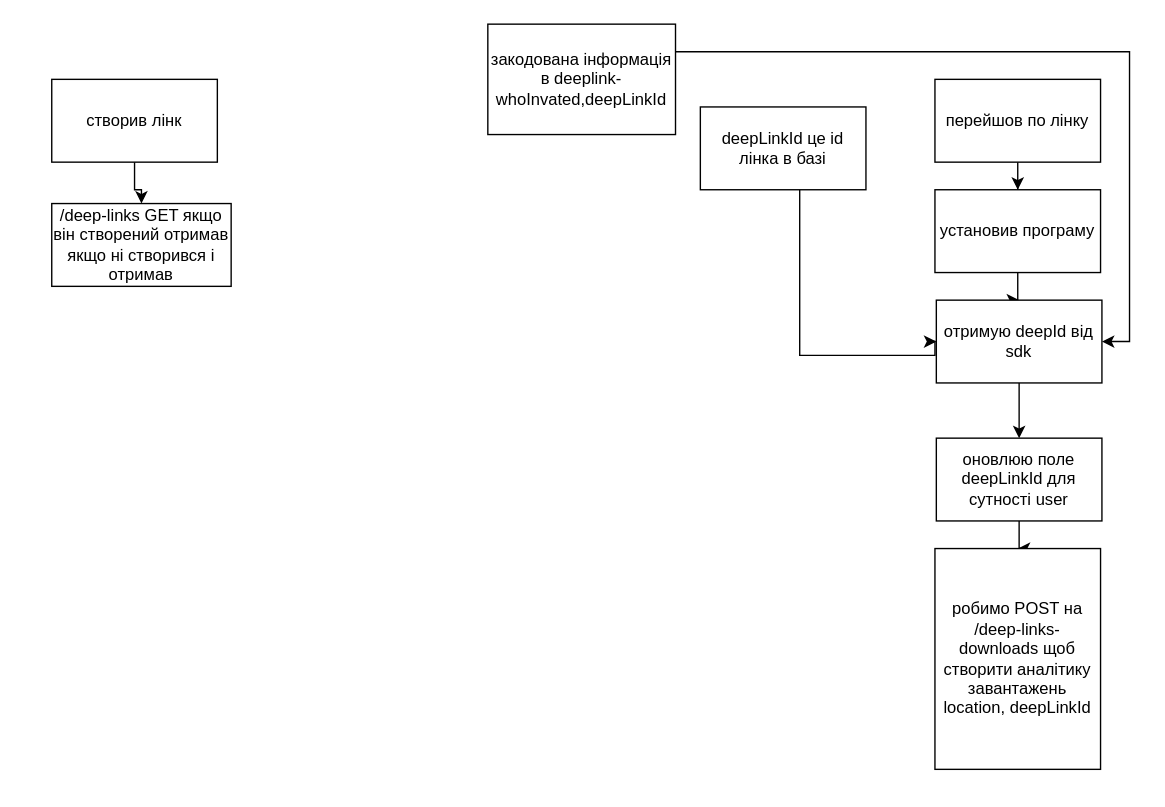
Above: Діаграма без назви.drawio in macs1756/beprog-schema (draw.io), before the change. Source tidied: cells renumbered, new cells numbered last; positions are measured from the earlier drawing's top-left corner, leaving out a move shared by most shapes. Both pictures are drawn from the tidied source at 138%, with x=0, y=0 at pixel (51, 23).
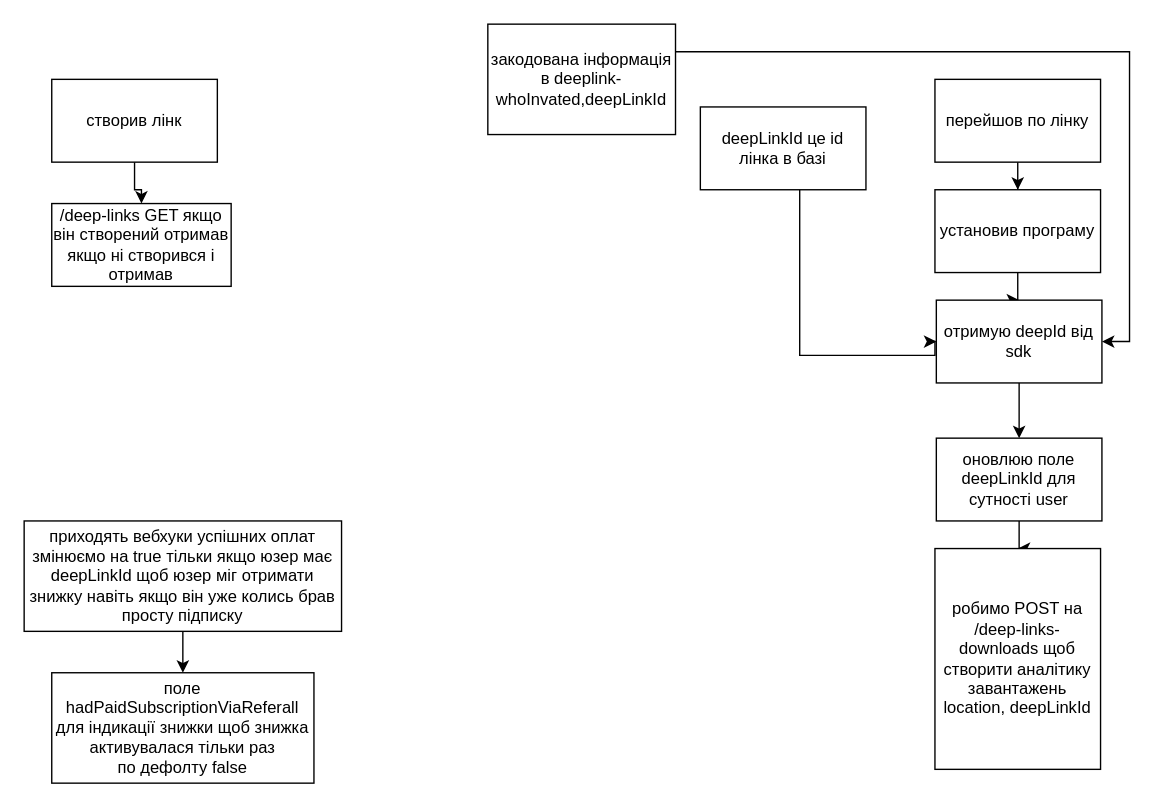
The same diagram, later.

Diff of the diagram source:
```diff
@@
+    <mxCell id="18" value="&lt;div&gt;поле hadPaidSubscriptionViaReferall для індикації знижки щоб знижка активувалася тільки раз &lt;br&gt;&lt;/div&gt;&lt;div&gt;по дефолту false&lt;br&gt;&lt;/div&gt;" style="rounded=0;whiteSpace=wrap;html=1;" parent="1" vertex="1">
+      <mxGeometry y="470" width="190" height="80" as="geometry" />
+    </mxCell>
+    <mxCell id="19" style="edgeStyle=orthogonalEdgeStyle;rounded=0;jettySize=auto;html=1;" parent="1" edge="1" source="20" target="18">
+      <mxGeometry relative="1" as="geometry" />
+    </mxCell>
+    <mxCell id="20" value="приходять вебхуки успішних оплат змінюємо на true тільки якщо юзер має deepLinkId щоб юзер міг отримати знижку навіть якщо він уже колись брав просту підписку" style="rounded=0;whiteSpace=wrap;html=1;" parent="1" vertex="1">
+      <mxGeometry x="-20" y="360" width="230" height="80" as="geometry" />
+    </mxCell>
```
